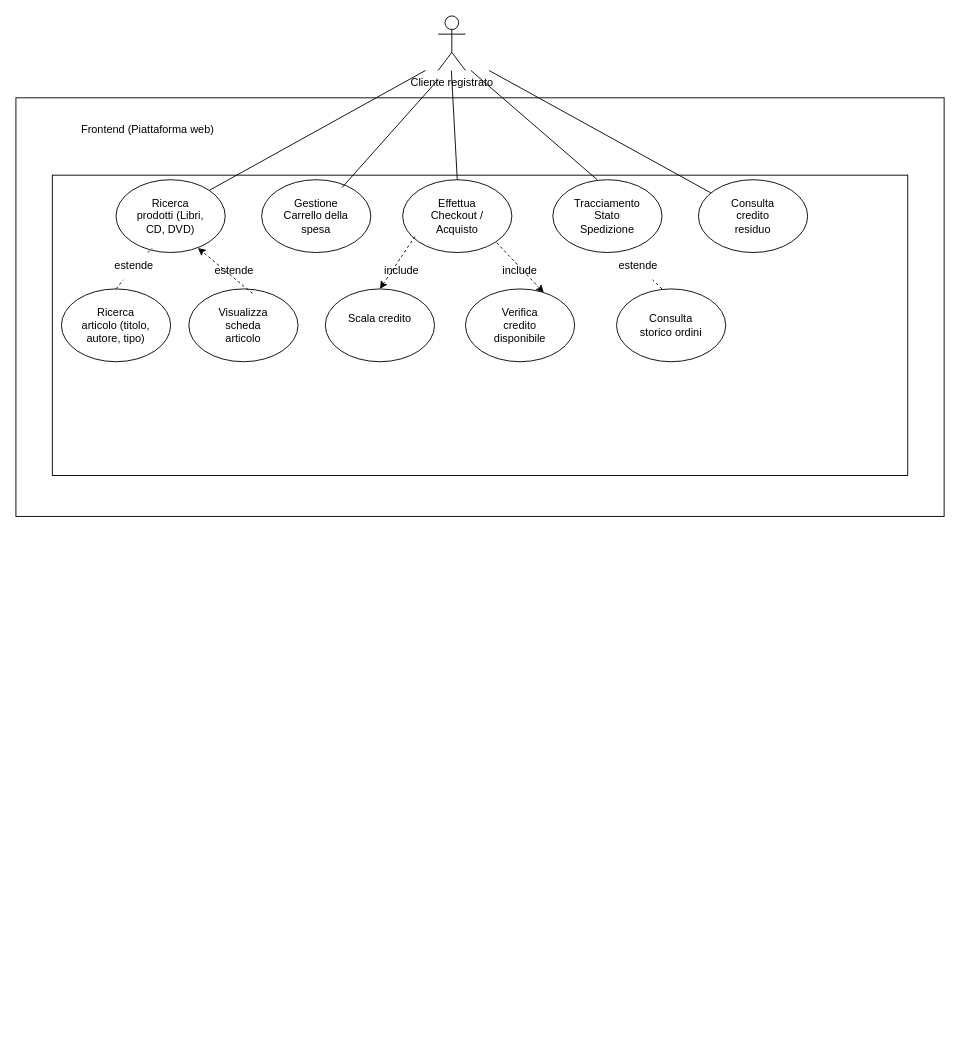
The draw.io diagram Esercizio.drawio in taskos07/UML-casi-pratici, before the edit. Source tidied: cells renumbered, new cells numbered last; positions are measured from the earlier drawing's top-left corner, leaving out a move shared by most shapes. Both pictures are drawn from the tidied source at 91%, with x=0, y=0 at pixel (15, 15).
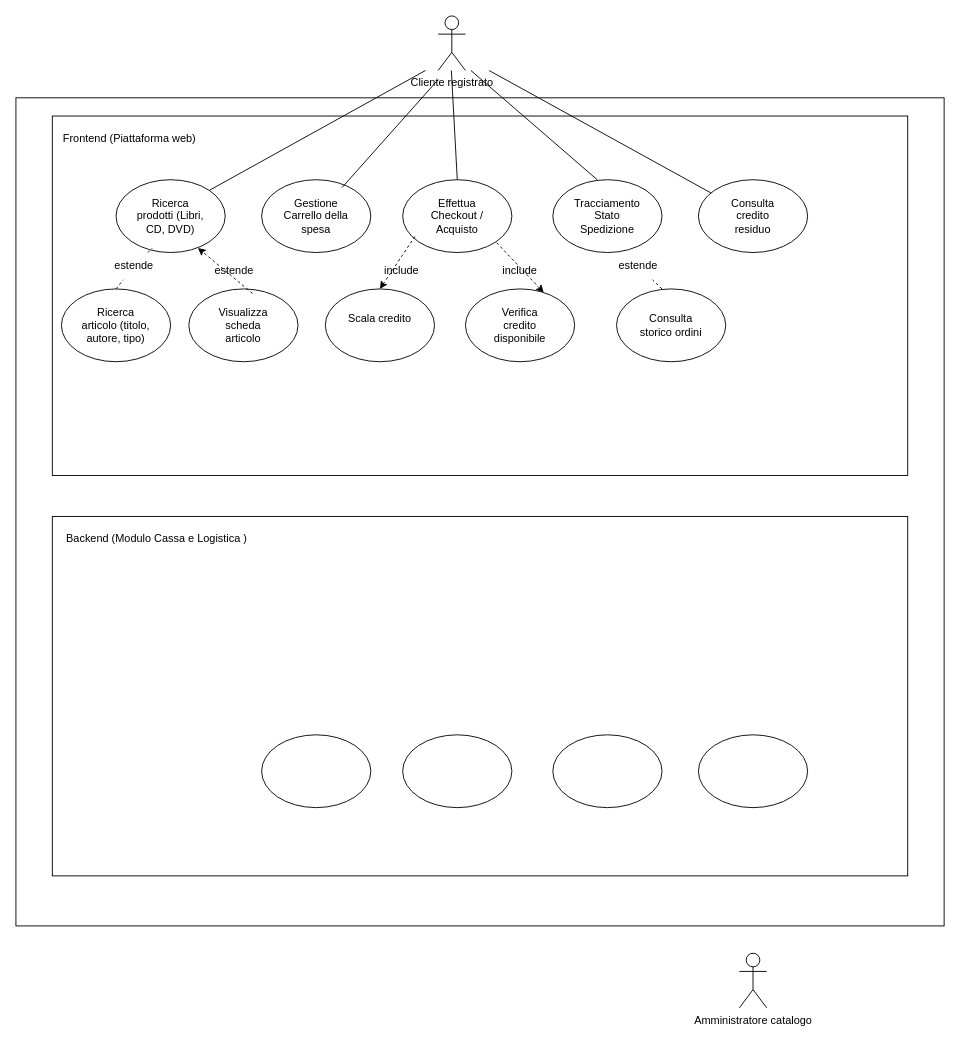
After the change.

Commit message:
strutturato il modulo backend, aggiunti casi d'uso base e attore amministratore

What changed in the source:
```diff
@@
     <mxCell id="3" style="rounded=0;whiteSpace=wrap;html=1;" parent="1" vertex="1">
-      <mxGeometry y="90" width="1020" height="460" as="geometry" />
+      <mxGeometry y="90" width="1020" height="910" as="geometry" />
     </mxCell>
     <mxCell id="4" style="rounded=0;whiteSpace=wrap;html=1;" parent="1" vertex="1">
-      <mxGeometry x="40" y="175" width="940" height="330" as="geometry" />
+      <mxGeometry x="40" y="110" width="940" height="395" as="geometry" />
     </mxCell>
     <mxCell id="5" value="Frontend (Piattaforma web)" style="text;html=1;whiteSpace=wrap;strokeColor=none;fillColor=none;align=center;verticalAlign=middle;rounded=0;" parent="1" vertex="1">
-      <mxGeometry x="70" y="110" width="150" height="30" as="geometry" />
+      <mxGeometry x="50" y="120" width="150" height="30" as="geometry" />
     </mxCell>
@@
+    <mxCell id="43" style="rounded=0;whiteSpace=wrap;html=1;" parent="1" vertex="1">
+      <mxGeometry x="40" y="550" width="940" height="395" as="geometry" />
+    </mxCell>
+    <mxCell id="44" value="Backend (Modulo Cassa e Logistica )" style="text;html=1;whiteSpace=wrap;strokeColor=none;fillColor=none;align=center;verticalAlign=middle;rounded=0;" parent="1" vertex="1">
+      <mxGeometry x="50" y="560" width="210" height="30" as="geometry" />
+    </mxCell>
+    <mxCell id="45" style="ellipse;whiteSpace=wrap;html=1;shapeInside=1;" parent="1" vertex="1">
+      <mxGeometry x="270" y="790" width="120" height="80" as="geometry" />
+    </mxCell>
+    <mxCell id="46" style="ellipse;whiteSpace=wrap;html=1;shapeInside=1;" parent="1" vertex="1">
+      <mxGeometry x="425" y="790" width="120" height="80" as="geometry" />
+    </mxCell>
+    <mxCell id="47" style="ellipse;whiteSpace=wrap;html=1;shapeInside=1;" parent="1" vertex="1">
+      <mxGeometry x="590" y="790" width="120" height="80" as="geometry" />
+    </mxCell>
+    <mxCell id="48" style="ellipse;whiteSpace=wrap;html=1;shapeInside=1;" parent="1" vertex="1">
+      <mxGeometry x="750" y="790" width="120" height="80" as="geometry" />
+    </mxCell>
+    <mxCell id="49" value="&lt;div&gt;Amministratore catalogo&lt;/div&gt;" style="shape=umlActor;verticalLabelPosition=bottom;verticalAlign=top;html=1;" parent="1" vertex="1">
+      <mxGeometry x="795" y="1030" width="30" height="60" as="geometry" />
+    </mxCell>
```
